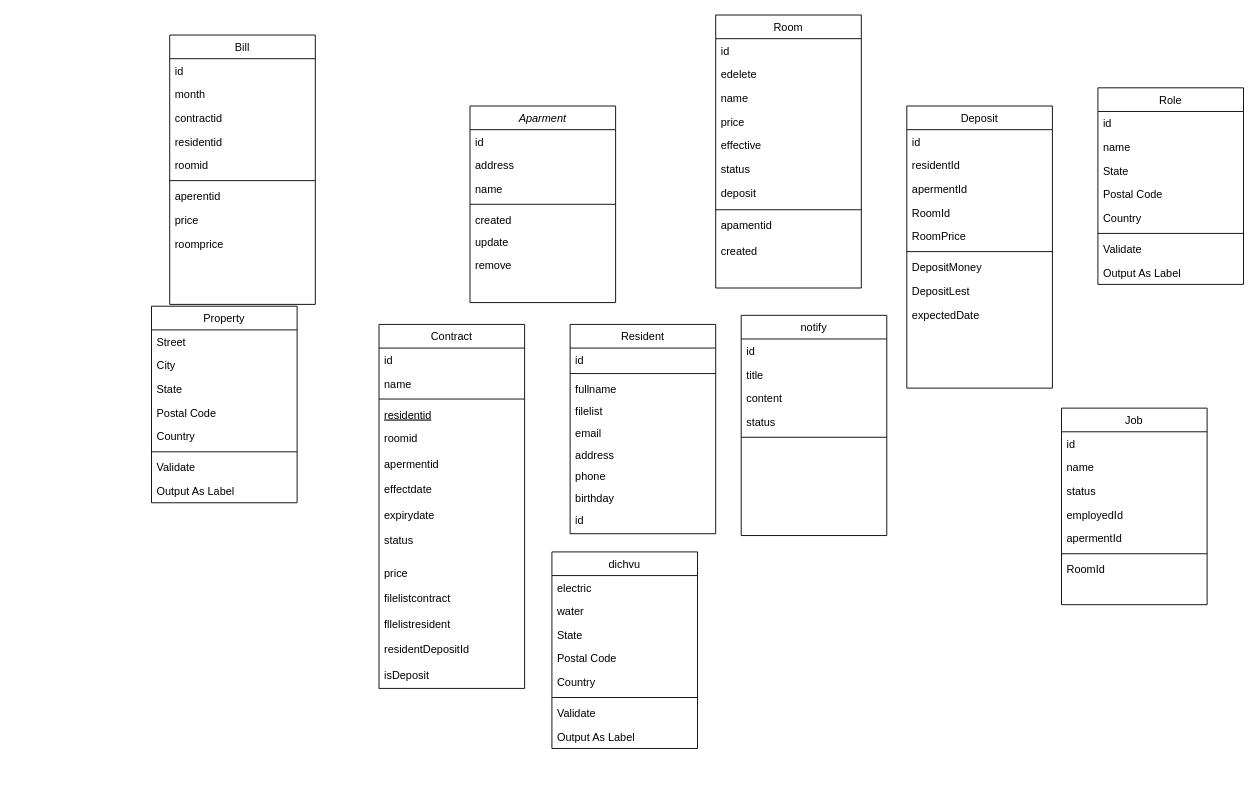
Before: Biểu đồ không có tiêu đề.drawio in QuocHung0902/QLPT, a draw.io diagram. Source tidied: cells renumbered, new cells numbered last; positions are measured from the earlier drawing's top-left corner, leaving out a move shared by most shapes. Both pictures are drawn from the tidied source at 91%, with x=0, y=0 at pixel (151, 15).
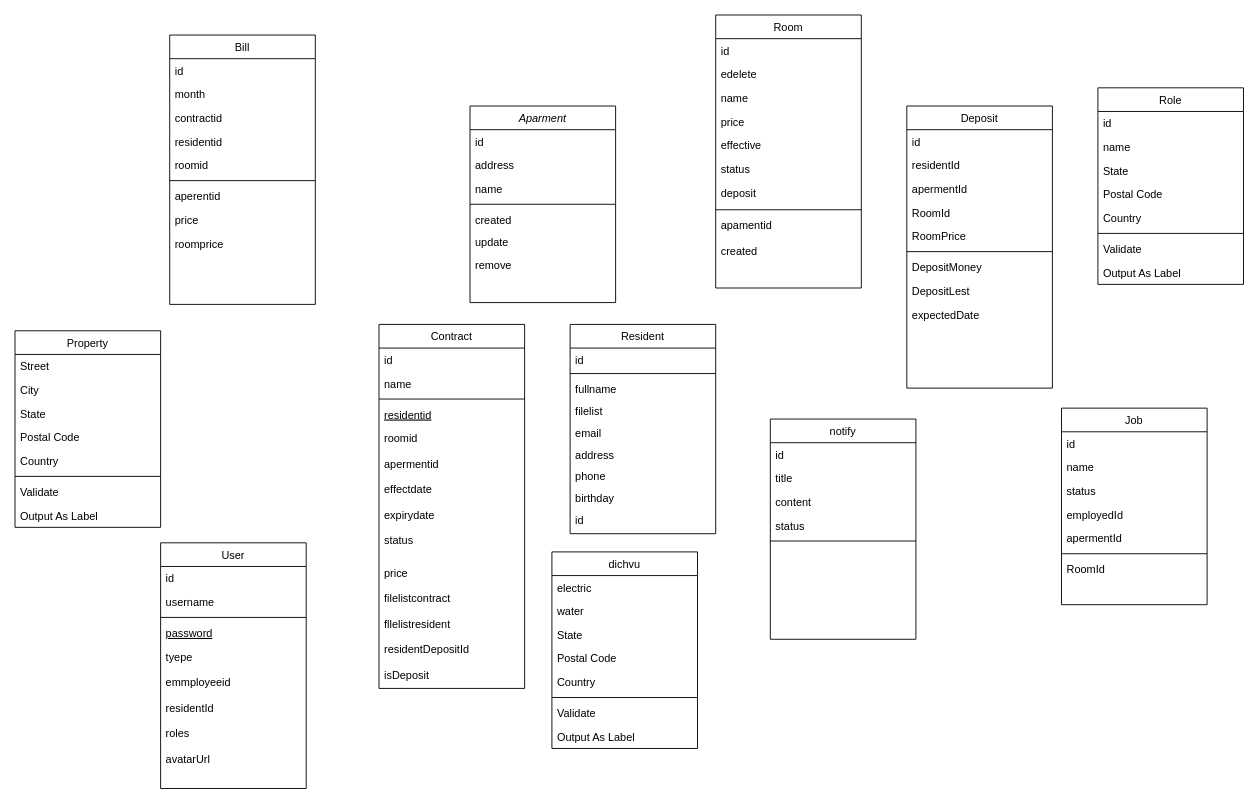
After the change.

Commit message (it also covers changes not shown here):
Cập nhật Biểu đồ không có tiêu đề.drawio

What changed in the source:
```diff
@@
     <mxCell id="46" value="notify" style="swimlane;fontStyle=0;align=center;verticalAlign=top;horizontal=1;startSize=26;rounded=0;shadow=0;strokeWidth=1;" parent="1" vertex="1">
-      <mxGeometry x="648" y="330" width="160" height="242" as="geometry" />
+      <mxGeometry x="680" y="444" width="160" height="242" as="geometry" />
     </mxCell>
@@
     <mxCell id="98" value="Property" style="swimlane;fontStyle=0;align=center;verticalAlign=top;horizontal=1;startSize=26;rounded=0;shadow=0;strokeWidth=1;" parent="1" vertex="1">
-      <mxGeometry y="320" width="160" height="216" as="geometry" />
+      <mxGeometry x="-150" y="347" width="160" height="216" as="geometry" />
     </mxCell>
@@
+    <mxCell id="107" value="User" style="swimlane;fontStyle=0;align=center;verticalAlign=top;horizontal=1;startSize=26;rounded=0;shadow=0;strokeWidth=1;" parent="1" vertex="1">
+      <mxGeometry x="10" y="580" width="160" height="270" as="geometry" />
+    </mxCell>
+    <mxCell id="108" value="id" style="text;align=left;verticalAlign=top;spacingLeft=4;spacingRight=4;overflow=hidden;" parent="107" vertex="1">
+      <mxGeometry y="26" width="160" height="26" as="geometry" />
+    </mxCell>
+    <mxCell id="109" value="username" style="text;align=left;verticalAlign=top;spacingLeft=4;spacingRight=4;overflow=hidden;rounded=0;shadow=0;html=0;" parent="107" vertex="1">
+      <mxGeometry y="52" width="160" height="26" as="geometry" />
+    </mxCell>
+    <mxCell id="110" style="line;html=1;strokeWidth=1;align=left;verticalAlign=middle;spacingTop=-1;spacingLeft=3;spacingRight=3;labelPosition=right;" parent="107" vertex="1">
+      <mxGeometry y="78" width="160" height="8" as="geometry" />
+    </mxCell>
+    <mxCell id="111" value="password" style="text;align=left;verticalAlign=top;spacingLeft=4;spacingRight=4;overflow=hidden;fontStyle=4;" parent="107" vertex="1">
+      <mxGeometry y="86" width="160" height="26" as="geometry" />
+    </mxCell>
+    <mxCell id="112" value="tyepe" style="text;align=left;verticalAlign=top;spacingLeft=4;spacingRight=4;overflow=hidden;" parent="107" vertex="1">
+      <mxGeometry y="112" width="160" height="28" as="geometry" />
+    </mxCell>
+    <mxCell id="113" value="emmployeeid" style="text;align=left;verticalAlign=top;spacingLeft=4;spacingRight=4;overflow=hidden;" parent="107" vertex="1">
+      <mxGeometry y="140" width="160" height="28" as="geometry" />
+    </mxCell>
+    <mxCell id="114" value="residentId" style="text;align=left;verticalAlign=top;spacingLeft=4;spacingRight=4;overflow=hidden;" parent="107" vertex="1">
+      <mxGeometry y="168" width="160" height="28" as="geometry" />
+    </mxCell>
+    <mxCell id="115" value="roles" style="text;align=left;verticalAlign=top;spacingLeft=4;spacingRight=4;overflow=hidden;" parent="107" vertex="1">
+      <mxGeometry y="196" width="160" height="28" as="geometry" />
+    </mxCell>
+    <mxCell id="116" value="avatarUrl" style="text;align=left;verticalAlign=top;spacingLeft=4;spacingRight=4;overflow=hidden;" parent="107" vertex="1">
+      <mxGeometry y="224" width="160" height="36" as="geometry" />
+    </mxCell>
```
